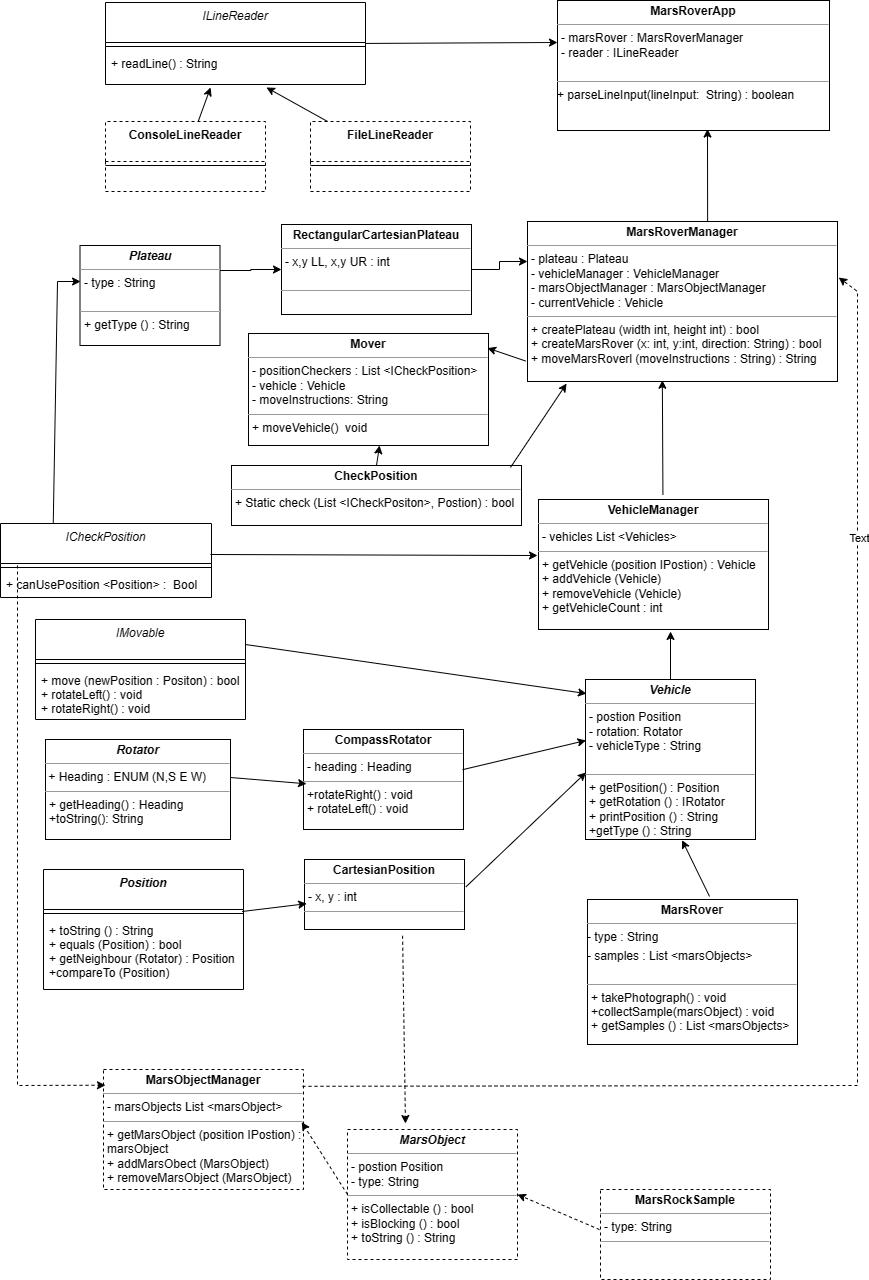
Before: Docs/Melody Mars Rover UML v3.png, a diagram exported from draw.io (adeyatz/melody-mars-rover-app). Source tidied: cells renumbered, new cells last; positions are measured from the earlier drawing's top-left corner, leaving out a move shared by most shapes.
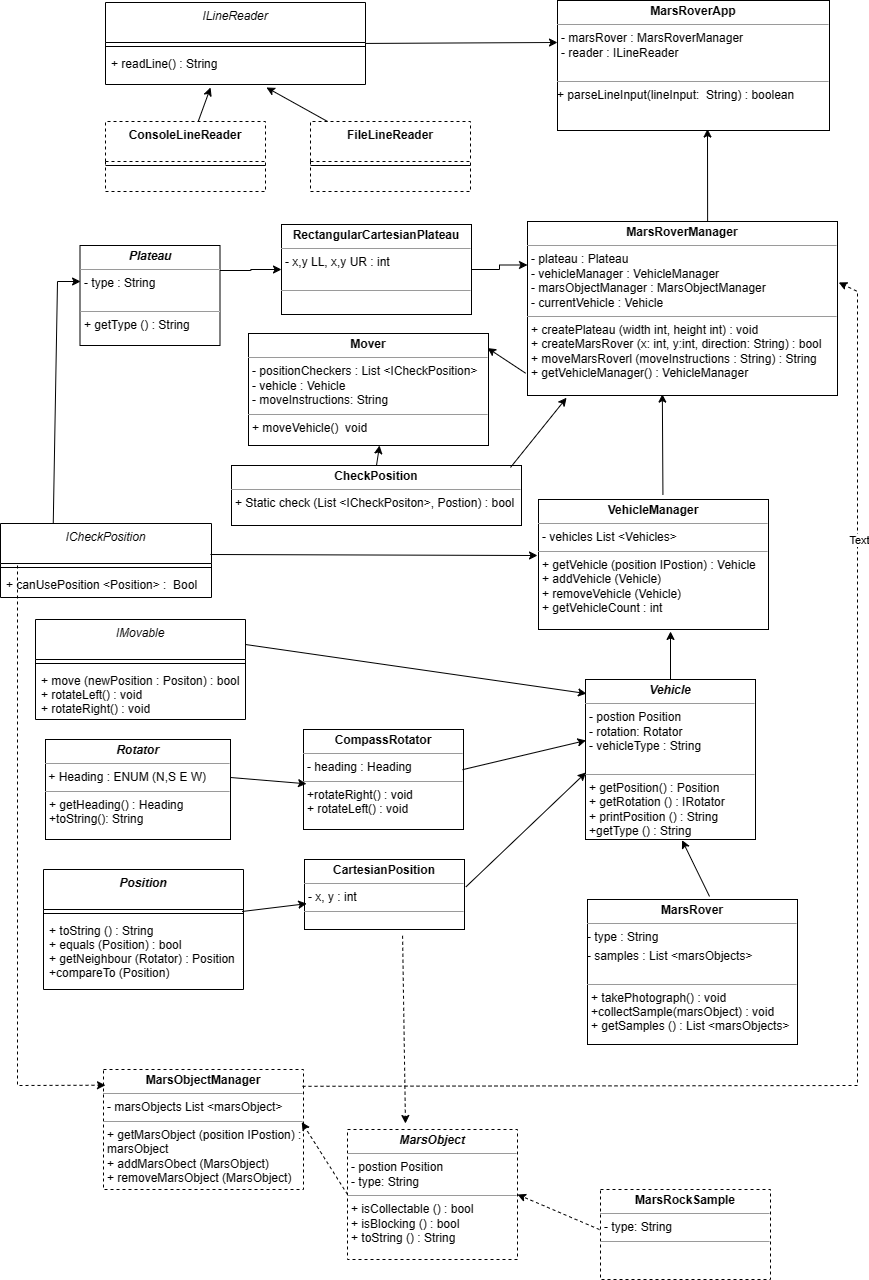
The same file after the commit.

Commit message:
MarsRoverManager(): First test for MoveMarsRoverMethod()

Diff of the diagram source:
```diff
@@ -29,8 +29,8 @@
     <mxCell id="10" value="&lt;p style=&quot;margin:0px;margin-top:4px;text-align:center;&quot;&gt;&lt;b&gt;&lt;i&gt;Vehicle&lt;/i&gt;&lt;/b&gt;&lt;/p&gt;&lt;hr size=&quot;1&quot;&gt;&lt;p style=&quot;margin:0px;margin-left:4px;&quot;&gt;- postion Position&lt;/p&gt;&lt;p style=&quot;margin:0px;margin-left:4px;&quot;&gt;- rotation: Rotator&lt;/p&gt;&lt;p style=&quot;margin:0px;margin-left:4px;&quot;&gt;- vehicleType : String&lt;/p&gt;&lt;p style=&quot;margin:0px;margin-left:4px;&quot;&gt;&lt;br&gt;&lt;/p&gt;&lt;hr size=&quot;1&quot;&gt;&lt;p style=&quot;margin:0px;margin-left:4px;&quot;&gt;+ getPosition() : Position&lt;/p&gt;&lt;p style=&quot;margin:0px;margin-left:4px;&quot;&gt;&lt;span style=&quot;background-color: initial;&quot;&gt;+ getRotation () : IRotator&lt;/span&gt;&lt;br&gt;&lt;/p&gt;&lt;p style=&quot;margin:0px;margin-left:4px;&quot;&gt;+ printPosition () : String&lt;/p&gt;&lt;p style=&quot;margin:0px;margin-left:4px;&quot;&gt;+getType () : String&lt;/p&gt;" style="verticalAlign=top;align=left;overflow=fill;fontSize=12;fontFamily=Helvetica;html=1;whiteSpace=wrap;" parent="1" vertex="1">
       <mxGeometry x="585" y="679" width="170" height="160" as="geometry" />
     </mxCell>
-    <mxCell id="11" value="&lt;p style=&quot;margin:0px;margin-top:4px;text-align:center;&quot;&gt;&lt;b&gt;MarsRoverManager&lt;/b&gt;&lt;/p&gt;&lt;hr size=&quot;1&quot;&gt;&lt;p style=&quot;margin:0px;margin-left:4px;&quot;&gt;- plateau : Plateau&lt;/p&gt;&lt;p style=&quot;margin:0px;margin-left:4px;&quot;&gt;- vehicleManager : VehicleManager&lt;br&gt;&lt;/p&gt;&lt;p style=&quot;margin:0px;margin-left:4px;&quot;&gt;- marsObjectManager : MarsObjectManager&lt;/p&gt;&lt;p style=&quot;margin:0px;margin-left:4px;&quot;&gt;- currentVehicle : Vehicle&lt;/p&gt;&lt;hr size=&quot;1&quot;&gt;&lt;p style=&quot;margin:0px;margin-left:4px;&quot;&gt;+ createPlateau (width int, height int) : bool&lt;/p&gt;&lt;p style=&quot;margin:0px;margin-left:4px;&quot;&gt;+ createMarsRover (x: int, y:int, direction: String) : bool&lt;/p&gt;&lt;p style=&quot;margin:0px;margin-left:4px;&quot;&gt;+ moveMarsRoverl (moveInstructions : String) : String&lt;/p&gt;" style="verticalAlign=top;align=left;overflow=fill;fontSize=12;fontFamily=Helvetica;html=1;whiteSpace=wrap;" parent="1" vertex="1">
-      <mxGeometry x="527" y="221" width="310" height="160" as="geometry" />
+    <mxCell id="11" value="&lt;p style=&quot;margin:0px;margin-top:4px;text-align:center;&quot;&gt;&lt;b&gt;MarsRoverManager&lt;/b&gt;&lt;/p&gt;&lt;hr size=&quot;1&quot;&gt;&lt;p style=&quot;margin:0px;margin-left:4px;&quot;&gt;- plateau : Plateau&lt;/p&gt;&lt;p style=&quot;margin:0px;margin-left:4px;&quot;&gt;- vehicleManager : VehicleManager&lt;br&gt;&lt;/p&gt;&lt;p style=&quot;margin:0px;margin-left:4px;&quot;&gt;- marsObjectManager : MarsObjectManager&lt;/p&gt;&lt;p style=&quot;margin:0px;margin-left:4px;&quot;&gt;- currentVehicle : Vehicle&lt;/p&gt;&lt;hr size=&quot;1&quot;&gt;&lt;p style=&quot;margin:0px;margin-left:4px;&quot;&gt;+ createPlateau (width int, height int) : void&lt;/p&gt;&lt;p style=&quot;margin:0px;margin-left:4px;&quot;&gt;+ createMarsRover (x: int, y:int, direction: String) : bool&lt;/p&gt;&lt;p style=&quot;margin:0px;margin-left:4px;&quot;&gt;+ moveMarsRoverl (moveInstructions : String) : String&lt;/p&gt;&lt;p style=&quot;margin:0px;margin-left:4px;&quot;&gt;+ getVehicleManager() : VehicleManager&lt;/p&gt;" style="verticalAlign=top;align=left;overflow=fill;fontSize=12;fontFamily=Helvetica;html=1;whiteSpace=wrap;" parent="1" vertex="1">
+      <mxGeometry x="527" y="221" width="310" height="174" as="geometry" />
     </mxCell>
     <mxCell id="12" style="endArrow=classic;html=1;rounded=0;exitX=0.541;exitY=-0.035;exitDx=0;exitDy=0;exitPerimeter=0;entryX=0.435;entryY=0.992;entryDx=0;entryDy=0;entryPerimeter=0;" parent="1" edge="1" source="9" target="11">
       <mxGeometry relative="1" as="geometry" />
```
